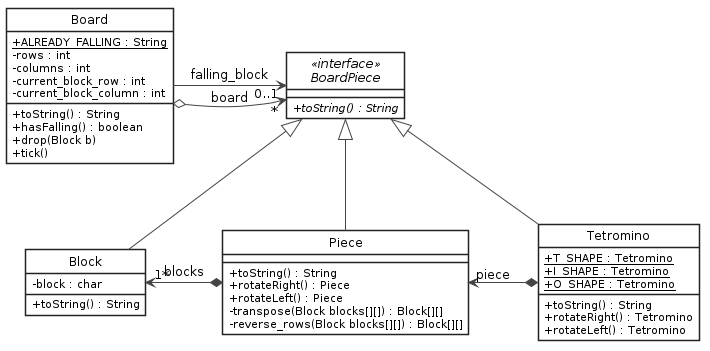
Before: doc/class-diagram.png, a diagram exported from PlantUML (lauramcastro/tdd-tetris-tutorial).
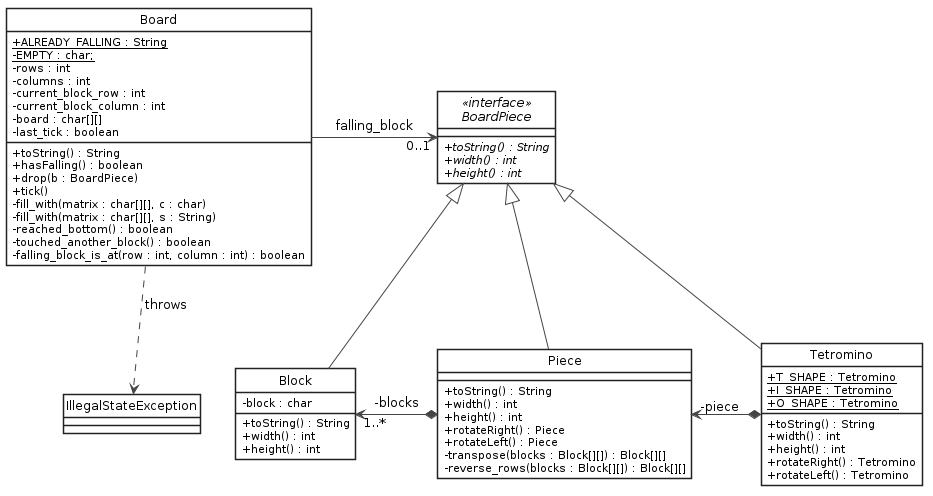
The same diagram one commit later.

Commit message:
Updated class diagram

Diff of the diagram source:
```diff
@@ -62,32 +62,45 @@
 
 interface BoardPiece <<interface>>{
   + {abstract} toString() : String
+  + {abstract} width() : int
+  + {abstract} height() : int
 }
 
 class Block {
   - block : char
   + toString() : String
+  + width() : int
+  + height() : int
 }
 
 class Board {
     + {static} ALREADY_FALLING : String
+    - {static} EMPTY : char;
     - rows : int
     - columns : int
     - current_block_row : int
     - current_block_column : int
+    - board : char[][]
+    - last_tick : boolean
     + toString() : String
     + hasFalling() : boolean
-    + drop(Block b)
+    + drop(b : BoardPiece)
     + tick()
-
+    - fill_with(matrix : char[][], c : char)
+    - fill_with(matrix : char[][], s : String)
+    - reached_bottom() : boolean
+    - touched_another_block() : boolean
+    - falling_block_is_at(row : int, column : int) : boolean
 }
 
 class Piece {
     + toString() : String
+    + width() : int
+    + height() : int
     + rotateRight() : Piece
     + rotateLeft() : Piece
-    - transpose(Block blocks[][]) : Block[][]
-    - reverse_rows(Block blocks[][]) : Block[][]
+    - transpose(blocks : Block[][]) : Block[][]
+    - reverse_rows(blocks : Block[][]) : Block[][]
 }
 
 class Tetromino {
@@ -95,19 +108,25 @@
     + {static} I_SHAPE : Tetromino
     + {static} O_SHAPE : Tetromino
     + toString() : String
+    + width() : int
+    + height() : int
     + rotateRight() : Tetromino
     + rotateLeft() : Tetromino
 }
+
+class IllegalStateException {
+}
+
+Board -right-> "0..1" BoardPiece : falling_block
+
+Board ..> IllegalStateException : throws
 
 BoardPiece <|-- Block
 BoardPiece <|-- Piece
 BoardPiece <|-- Tetromino
 
-Board -right-> "0..1" BoardPiece : falling_block
-Board o--> "*" BoardPiece : board
+Piece *-left-> "1..*" Block : "-blocks"
 
-Piece *-left-> "1*" Block : blocks
-
-Tetromino *-left-> "piece" Piece
+Tetromino *-left-> "-piece" Piece
 
 @enduml
```
